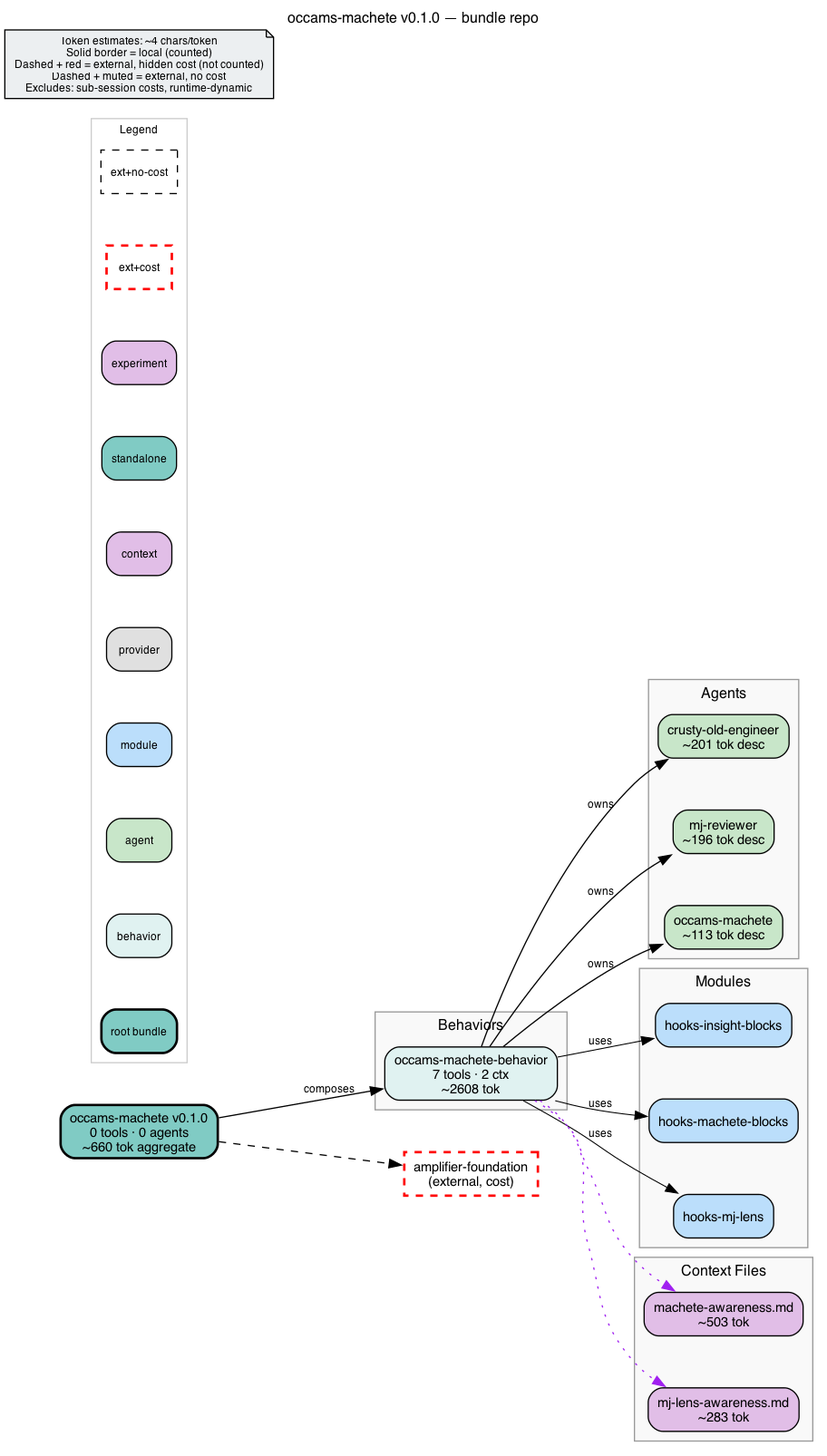
Above: bundle.png in michaeljabbour/amplifier-bundle-mj (Graphviz), before the change. Its source is kept beside it as bundle.dot.
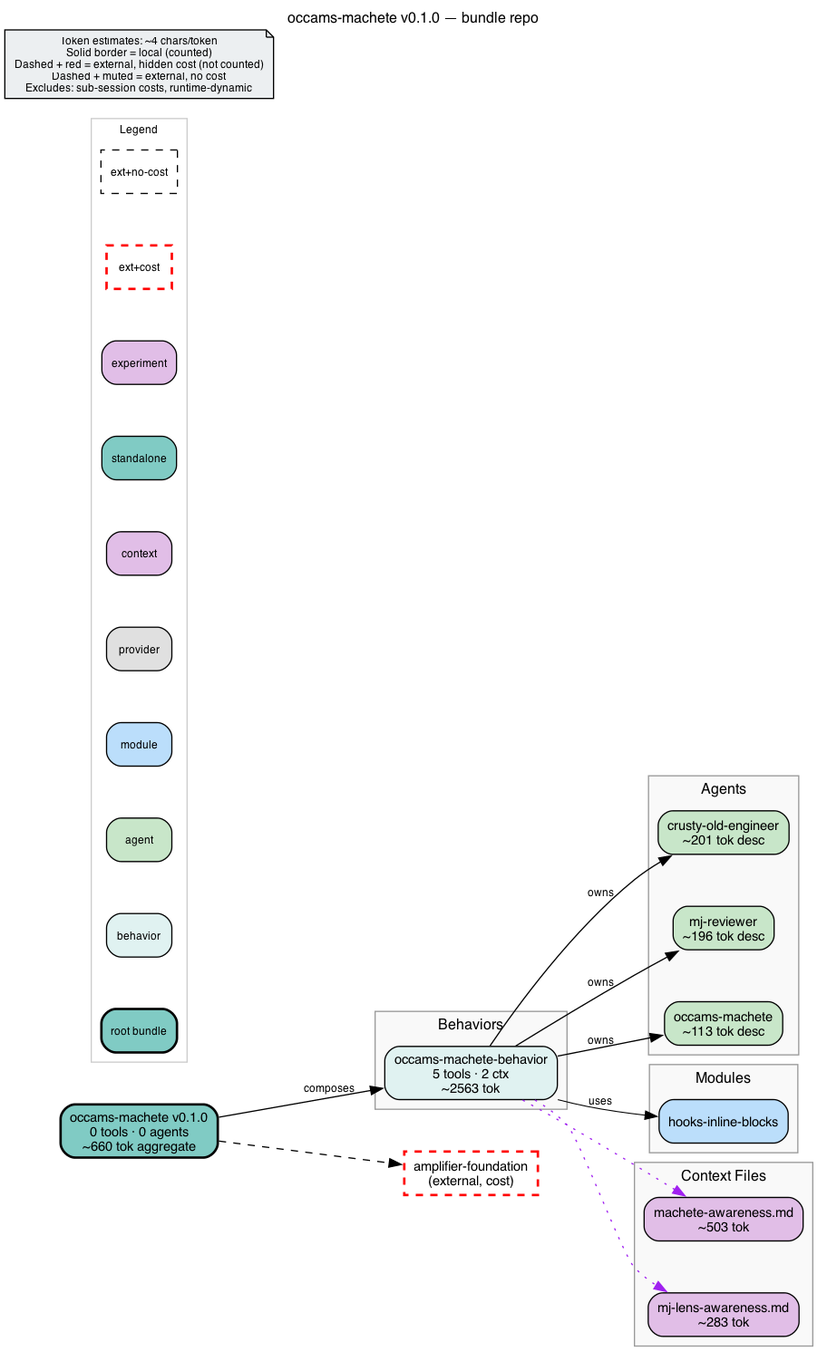
Above is the later version.

Diff of the diagram source:
```diff
@@ -8,7 +8,7 @@
     nodesep=0.6
     ranksep=0.7
     bgcolor="white"
-    source_hash="9d9c55ae5538c6054a435015cdb7447f85e6d0e7b426c44dc122b1cc23ffdb53"
+    source_hash="8bf82d8f6814436eccfbf13bc193e93ed92154581742b8a0911adb880cdc0af5"
 
     node [fontname="Helvetica", fontsize=11, style="filled,rounded"]
     edge [fontname="Helvetica", fontsize=9]
@@ -21,7 +21,7 @@
         fillcolor="#f9f9f9"
         color="#999999"
 
-        beh_occams_machete_behavior [label="occams-machete-behavior\n7 tools · 2 ctx\n~2608 tok", shape=box, fillcolor="#e0f2f1", style="filled,rounded"]
+        beh_occams_machete_behavior [label="occams-machete-behavior\n5 tools · 2 ctx\n~2563 tok", shape=box, fillcolor="#e0f2f1", style="filled,rounded"]
     }
 
     subgraph cluster_agents {
@@ -41,9 +41,7 @@
         fillcolor="#f9f9f9"
         color="#999999"
 
-        mod_hooks_insight_blocks [label="hooks-insight-blocks", shape=box, fillcolor="#bbdefb", style="filled,rounded"]
-        mod_hooks_machete_blocks [label="hooks-machete-blocks", shape=box, fillcolor="#bbdefb", style="filled,rounded"]
-        mod_hooks_mj_lens [label="hooks-mj-lens", shape=box, fillcolor="#bbdefb", style="filled,rounded"]
+        mod_hooks_inline_blocks [label="hooks-inline-blocks", shape=box, fillcolor="#bbdefb", style="filled,rounded"]
     }
 
     subgraph cluster_context {
@@ -84,9 +82,7 @@
     beh_occams_machete_behavior -> agt_occams_machete [label="owns"]
     beh_occams_machete_behavior -> agt_mj_reviewer [label="owns"]
     beh_occams_machete_behavior -> agt_crusty_old_engineer [label="owns"]
-    beh_occams_machete_behavior -> mod_hooks_mj_lens [label="uses", penwidth=0.8]
-    beh_occams_machete_behavior -> mod_hooks_machete_blocks [label="uses", penwidth=0.8]
-    beh_occams_machete_behavior -> mod_hooks_insight_blocks [label="uses", penwidth=0.8]
+    beh_occams_machete_behavior -> mod_hooks_inline_blocks [label="uses", penwidth=0.8]
     beh_occams_machete_behavior -> ctx_machete_awareness_md [style=dotted, color=purple]
     beh_occams_machete_behavior -> ctx_mj_lens_awareness_md [style=dotted, color=purple]
 }
```
